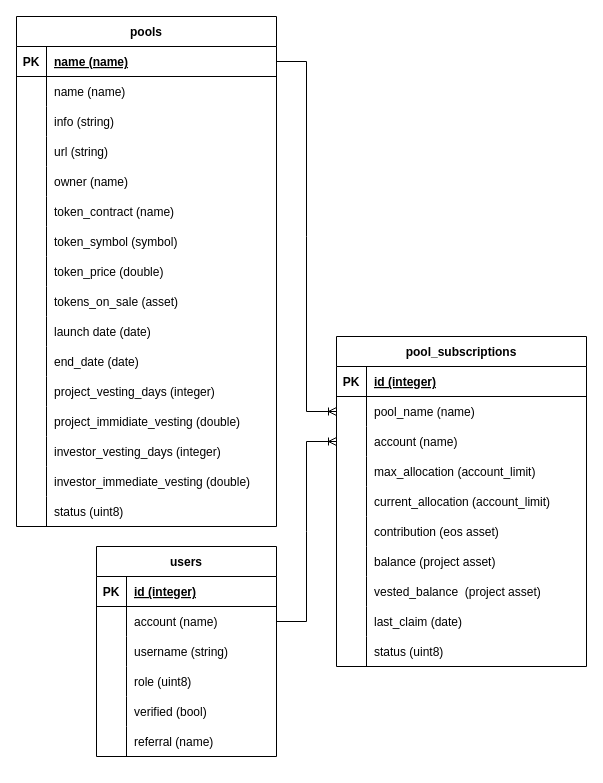
Earlier version of the draw.io diagram page "Page-1" (1 of 2) of docs/data-model.drawio (eostarter/eostarter.sale-smart-contract). Source tidied: cells renumbered, new cells numbered last; positions are measured from the earlier drawing's top-left corner, leaving out a move shared by most shapes. Both pictures are drawn from the tidied source at 100%, with x=0, y=0 at pixel (16, 16).
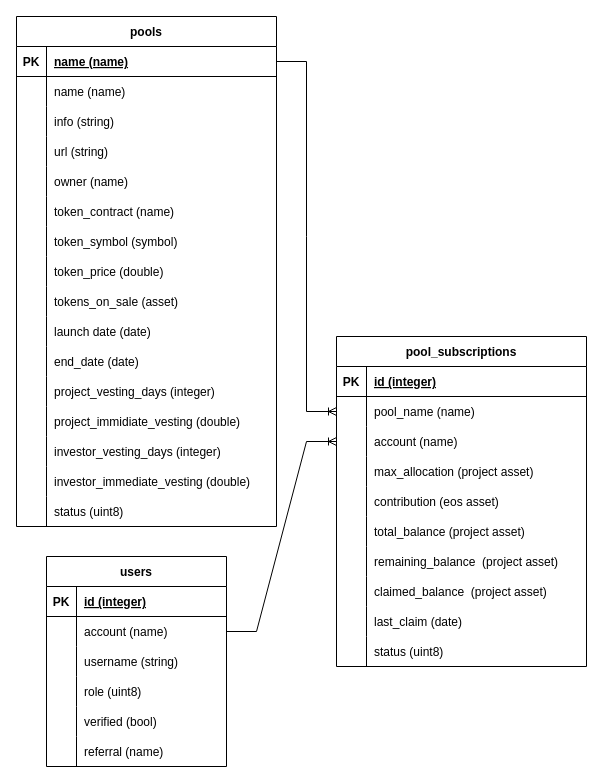
After the change.

Unchanged cells that the change refers to:
```xml
<mxCell id="51" value="pool_subscriptions" style="shape=table;startSize=30;childLayout=tableLayout;rowLines=0;fontStyle=1;align=center;" parent="1" vertex="1">
  <mxGeometry x="320" y="320" width="250" height="330" as="geometry" />
</mxCell>
<mxCell id="61" style="shape=partialRectangle;fillColor=none;top=0;left=0;bottom=0;right=0;" parent="51" vertex="1">
  <mxGeometry y="120" width="250" height="30" as="geometry" />
</mxCell>
```

What changed in the source:
```diff
@@
-    <mxCell id="63" value="max_allocation (account_limit)" style="shape=partialRectangle;fillColor=none;top=0;left=0;bottom=0;right=0;align=left;spacingLeft=6;overflow=hidden;" parent="61" vertex="1">
+    <mxCell id="63" value="max_allocation (project asset)" style="shape=partialRectangle;fillColor=none;top=0;left=0;bottom=0;right=0;align=left;spacingLeft=6;overflow=hidden;" parent="61" vertex="1">
       <mxGeometry x="30" width="220" height="30" as="geometry" />
     </mxCell>
-    <mxCell id="64" style="shape=partialRectangle;fillColor=none;top=0;left=0;bottom=0;right=0;" parent="51" vertex="1">
-      <mxGeometry y="150" width="250" height="30" as="geometry" />
-    </mxCell>
-    <mxCell id="65" style="shape=partialRectangle;fillColor=none;top=0;left=0;bottom=0;right=0;overflow=hidden;" parent="64" vertex="1">
-      <mxGeometry width="30" height="30" as="geometry" />
-    </mxCell>
-    <mxCell id="66" value="current_allocation (account_limit)" style="shape=partialRectangle;fillColor=none;top=0;left=0;bottom=0;right=0;align=left;spacingLeft=6;overflow=hidden;" parent="64" vertex="1">
-      <mxGeometry x="30" width="220" height="30" as="geometry" />
-    </mxCell>
     <mxCell id="67" style="shape=partialRectangle;fillColor=none;top=0;left=0;bottom=0;right=0;" parent="51" vertex="1">
-      <mxGeometry y="180" width="250" height="30" as="geometry" />
+      <mxGeometry y="150" width="250" height="30" as="geometry" />
     </mxCell>
@@
     <mxCell id="70" style="shape=partialRectangle;fillColor=none;top=0;left=0;bottom=0;right=0;" parent="51" vertex="1">
-      <mxGeometry y="210" width="250" height="30" as="geometry" />
+      <mxGeometry y="180" width="250" height="30" as="geometry" />
     </mxCell>
@@
-    <mxCell id="72" value="balance (project asset)" style="shape=partialRectangle;fillColor=none;top=0;left=0;bottom=0;right=0;align=left;spacingLeft=6;overflow=hidden;" parent="70" vertex="1">
+    <mxCell id="72" value="total_balance (project asset)" style="shape=partialRectangle;fillColor=none;top=0;left=0;bottom=0;right=0;align=left;spacingLeft=6;overflow=hidden;" parent="70" vertex="1">
       <mxGeometry x="30" width="220" height="30" as="geometry" />
     </mxCell>
     <mxCell id="73" style="shape=partialRectangle;fillColor=none;top=0;left=0;bottom=0;right=0;" parent="51" vertex="1">
-      <mxGeometry y="240" width="250" height="30" as="geometry" />
+      <mxGeometry y="210" width="250" height="30" as="geometry" />
     </mxCell>
@@
-    <mxCell id="75" value="vested_balance  (project asset)" style="shape=partialRectangle;fillColor=none;top=0;left=0;bottom=0;right=0;align=left;spacingLeft=6;overflow=hidden;" parent="73" vertex="1">
+    <mxCell id="75" value="remaining_balance  (project asset)" style="shape=partialRectangle;fillColor=none;top=0;left=0;bottom=0;right=0;align=left;spacingLeft=6;overflow=hidden;" parent="73" vertex="1">
       <mxGeometry x="30" width="220" height="30" as="geometry" />
     </mxCell>
+    <mxCell id="103" style="shape=partialRectangle;fillColor=none;top=0;left=0;bottom=0;right=0;" parent="51" vertex="1">
+      <mxGeometry y="240" width="250" height="30" as="geometry" />
+    </mxCell>
+    <mxCell id="65" style="shape=partialRectangle;fillColor=none;top=0;left=0;bottom=0;right=0;overflow=hidden;" parent="103" vertex="1">
+      <mxGeometry width="30" height="30" as="geometry" />
+    </mxCell>
+    <mxCell id="104" value="claimed_balance  (project asset)" style="shape=partialRectangle;fillColor=none;top=0;left=0;bottom=0;right=0;align=left;spacingLeft=6;overflow=hidden;" parent="103" vertex="1">
+      <mxGeometry x="30" width="220" height="30" as="geometry" />
+    </mxCell>
@@
     <mxCell id="83" value="users" style="shape=table;startSize=30;childLayout=tableLayout;rowLines=0;fontStyle=1;align=center;" parent="1" vertex="1">
-      <mxGeometry x="80" y="530" width="180" height="210" as="geometry" />
+      <mxGeometry x="30" y="540" width="180" height="210" as="geometry" />
     </mxCell>
```
